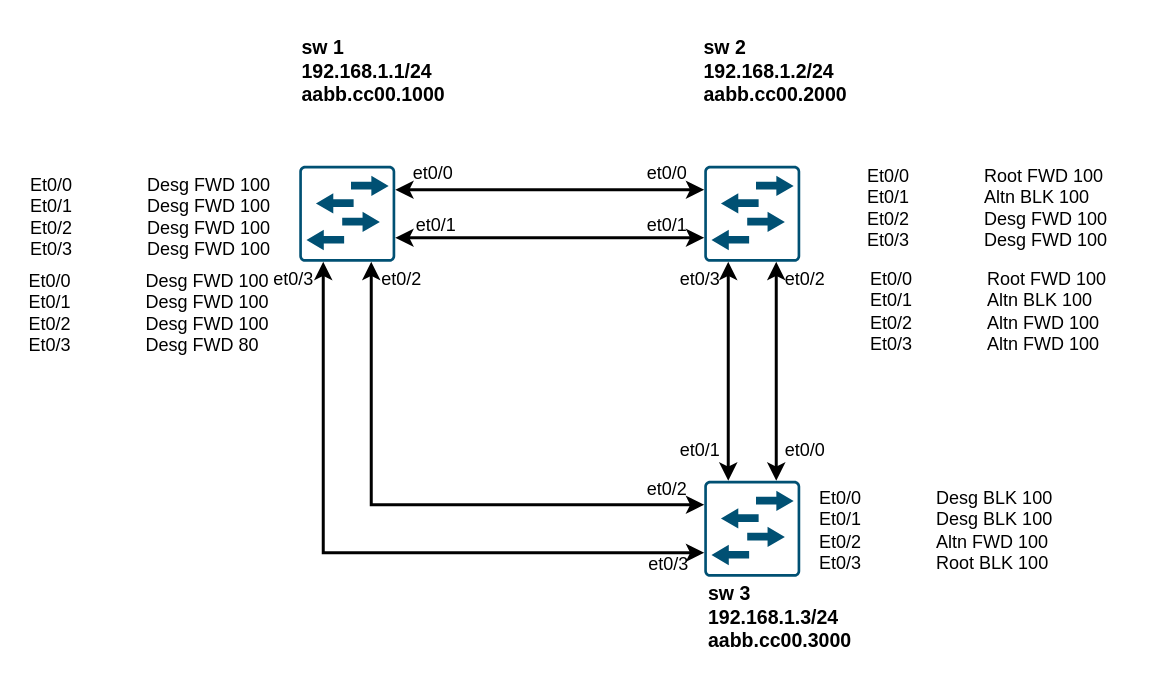
This is lab001_stp/schemes/lab001-stp.drawio from bashkirov83/otus-gitnetwork, a draw.io file, before an edit. Source tidied: cells renumbered, new cells numbered last; positions are measured from the earlier drawing's top-left corner, leaving out a move shared by most shapes. Both pictures are drawn from the tidied source at 150%, with x=0, y=0 at pixel (26, 26).
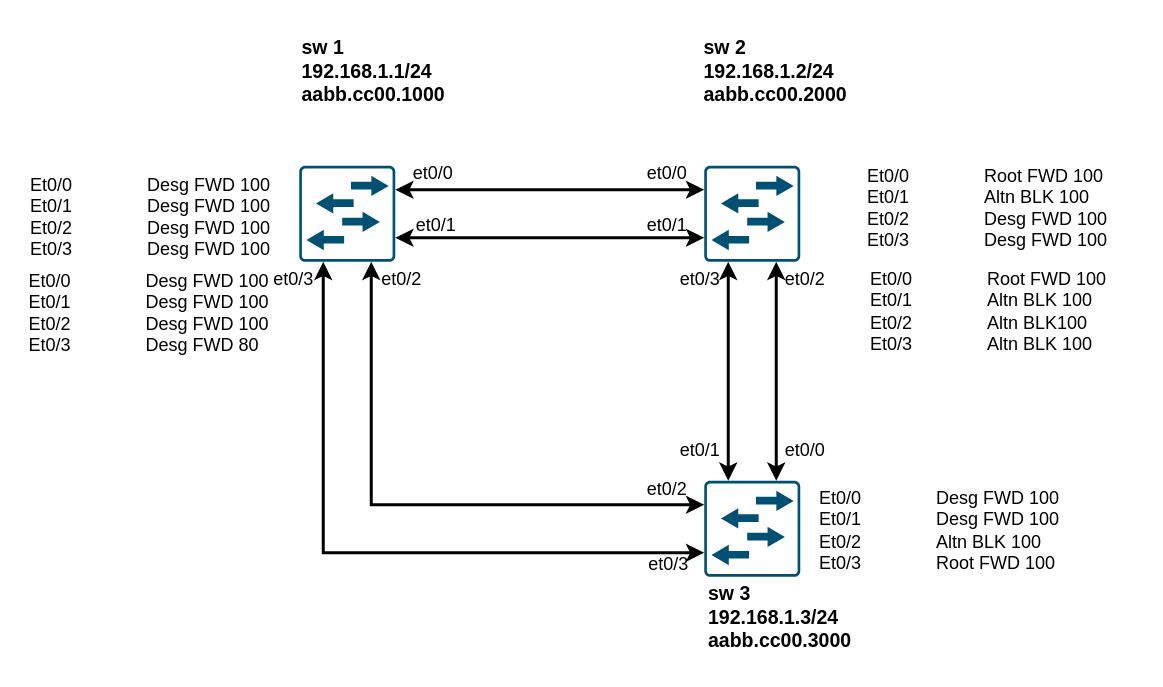
The same page after the edit.

What changed in the source:
```diff
@@
-    <mxCell id="28" value="&lt;div&gt;Et0/0&amp;nbsp; &amp;nbsp; &amp;nbsp; &amp;nbsp; &amp;nbsp; &amp;nbsp; &amp;nbsp; &amp;nbsp;Desg&amp;nbsp;&lt;span style=&quot;background-color: initial;&quot;&gt;BLK&lt;/span&gt;&lt;span style=&quot;background-color: initial;&quot;&gt;&amp;nbsp;100&lt;/span&gt;&lt;/div&gt;&lt;div&gt;Et0/1&amp;nbsp; &amp;nbsp; &amp;nbsp; &amp;nbsp; &amp;nbsp; &amp;nbsp; &amp;nbsp; &amp;nbsp;Desg&amp;nbsp;&lt;span style=&quot;background-color: initial;&quot;&gt;BLK&lt;/span&gt;&lt;span style=&quot;background-color: initial;&quot;&gt;&amp;nbsp;100&amp;nbsp;&lt;/span&gt;&lt;/div&gt;&lt;div&gt;Et0/2&amp;nbsp; &amp;nbsp; &amp;nbsp; &amp;nbsp; &amp;nbsp; &amp;nbsp; &amp;nbsp; &amp;nbsp;Altn FWD 100&amp;nbsp;&lt;/div&gt;&lt;div&gt;Et0/3&amp;nbsp; &amp;nbsp; &amp;nbsp; &amp;nbsp; &amp;nbsp; &amp;nbsp; &amp;nbsp; &amp;nbsp;Root&amp;nbsp;&lt;span style=&quot;background-color: initial;&quot;&gt;BLK&lt;/span&gt;&lt;span style=&quot;background-color: initial;&quot;&gt;&amp;nbsp;100&amp;nbsp;&lt;/span&gt;&lt;/div&gt;" style="text;html=1;align=left;verticalAlign=middle;strokeColor=none;fillColor=none;" parent="1" vertex="1">
-      <mxGeometry x="527" y="300" width="178" height="71" as="geometry" />
+    <mxCell id="28" value="&lt;div&gt;Et0/0&amp;nbsp; &amp;nbsp; &amp;nbsp; &amp;nbsp; &amp;nbsp; &amp;nbsp; &amp;nbsp; &amp;nbsp;Desg&amp;nbsp;&lt;span style=&quot;background-color: initial;&quot;&gt;FWD&lt;/span&gt;&lt;span style=&quot;background-color: initial;&quot;&gt;&amp;nbsp;100&lt;/span&gt;&lt;/div&gt;&lt;div&gt;Et0/1&amp;nbsp; &amp;nbsp; &amp;nbsp; &amp;nbsp; &amp;nbsp; &amp;nbsp; &amp;nbsp; &amp;nbsp;Desg&amp;nbsp;&lt;span style=&quot;background-color: initial;&quot;&gt;FWD&lt;/span&gt;&lt;span style=&quot;background-color: initial;&quot;&gt;&amp;nbsp;100&amp;nbsp;&lt;/span&gt;&lt;/div&gt;&lt;div&gt;Et0/2&amp;nbsp; &amp;nbsp; &amp;nbsp; &amp;nbsp; &amp;nbsp; &amp;nbsp; &amp;nbsp; &amp;nbsp;Altn BLK 100&amp;nbsp;&lt;/div&gt;&lt;div&gt;Et0/3&amp;nbsp; &amp;nbsp; &amp;nbsp; &amp;nbsp; &amp;nbsp; &amp;nbsp; &amp;nbsp; &amp;nbsp;Root FWD&lt;span style=&quot;background-color: initial;&quot;&gt;&amp;nbsp;100&amp;nbsp;&lt;/span&gt;&lt;/div&gt;" style="text;html=1;align=left;verticalAlign=middle;strokeColor=none;fillColor=none;" parent="1" vertex="1">
+      <mxGeometry x="527" y="300" width="182" height="71" as="geometry" />
     </mxCell>
@@
-    <mxCell id="30" value="&lt;div&gt;Et0/0&amp;nbsp; &amp;nbsp; &amp;nbsp; &amp;nbsp; &amp;nbsp; &amp;nbsp; &amp;nbsp; &amp;nbsp;Root FWD 100&lt;/div&gt;&lt;div&gt;Et0/1&amp;nbsp; &amp;nbsp; &amp;nbsp; &amp;nbsp; &amp;nbsp; &amp;nbsp; &amp;nbsp; &amp;nbsp;Altn BLK 100&amp;nbsp;&lt;/div&gt;&lt;div&gt;Et0/2&amp;nbsp; &amp;nbsp; &amp;nbsp; &amp;nbsp; &amp;nbsp; &amp;nbsp; &amp;nbsp; &amp;nbsp;Altn&amp;nbsp;FWD 100&amp;nbsp;&lt;/div&gt;&lt;div&gt;Et0/3&amp;nbsp; &amp;nbsp; &amp;nbsp; &amp;nbsp; &amp;nbsp; &amp;nbsp; &amp;nbsp; &amp;nbsp;Altn&amp;nbsp;FWD 100&amp;nbsp;&lt;/div&gt;" style="text;html=1;align=left;verticalAlign=middle;strokeColor=none;fillColor=none;" parent="1" vertex="1">
+    <mxCell id="30" value="&lt;div&gt;Et0/0&amp;nbsp; &amp;nbsp; &amp;nbsp; &amp;nbsp; &amp;nbsp; &amp;nbsp; &amp;nbsp; &amp;nbsp;Root FWD 100&lt;/div&gt;&lt;div&gt;Et0/1&amp;nbsp; &amp;nbsp; &amp;nbsp; &amp;nbsp; &amp;nbsp; &amp;nbsp; &amp;nbsp; &amp;nbsp;Altn BLK 100&amp;nbsp;&lt;/div&gt;&lt;div&gt;Et0/2&amp;nbsp; &amp;nbsp; &amp;nbsp; &amp;nbsp; &amp;nbsp; &amp;nbsp; &amp;nbsp; &amp;nbsp;Altn BLK100&amp;nbsp;&lt;/div&gt;&lt;div&gt;Et0/3&amp;nbsp; &amp;nbsp; &amp;nbsp; &amp;nbsp; &amp;nbsp; &amp;nbsp; &amp;nbsp; &amp;nbsp;Altn BLK 100&amp;nbsp;&lt;/div&gt;" style="text;html=1;align=left;verticalAlign=middle;strokeColor=none;fillColor=none;" parent="1" vertex="1">
       <mxGeometry x="561" y="154" width="176" height="71" as="geometry" />
     </mxCell>
```
